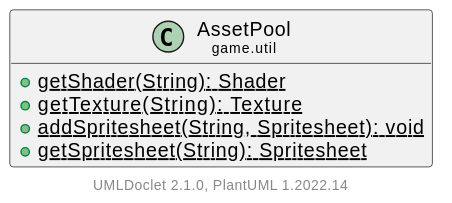
Hirschiii/JavaGameEngine keeps this PlantUML diagram as doc/javadoc/game/util/AssetPool.svg. Above is the earlier version.
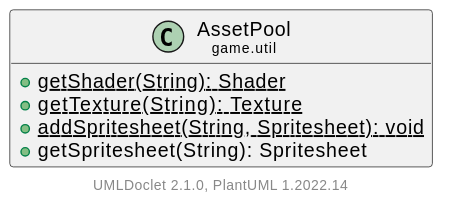
The same file after the commit.

What changed in the source:
```diff
@@ -7,7 +7,7 @@
         {static} +getShader(String): Shader
         {static} +getTexture(String): Texture
         {static} +addSpritesheet(String, Spritesheet): void
-        {static} +getSpritesheet(String): Spritesheet
+        +getSpritesheet(String): Spritesheet
     }
 
     center footer UMLDoclet 2.1.0, PlantUML %version()
```
